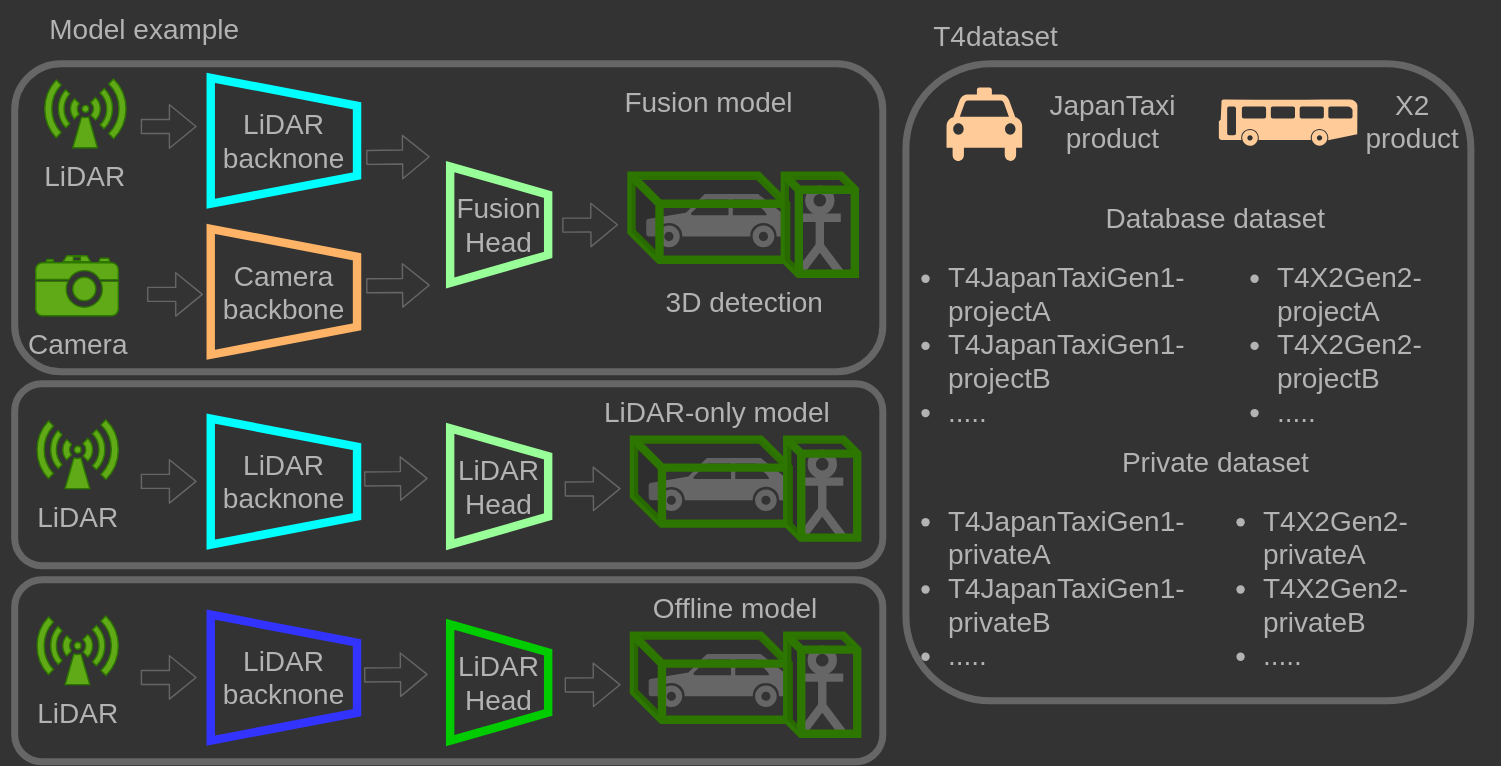
This is docs/fig/model_type_1.drawio.svg from tier4/AWML, a draw.io export, as it was before one commit. Source tidied: cells renumbered, new cells last; positions are measured from the earlier drawing's top-left corner, leaving out a move shared by most shapes.
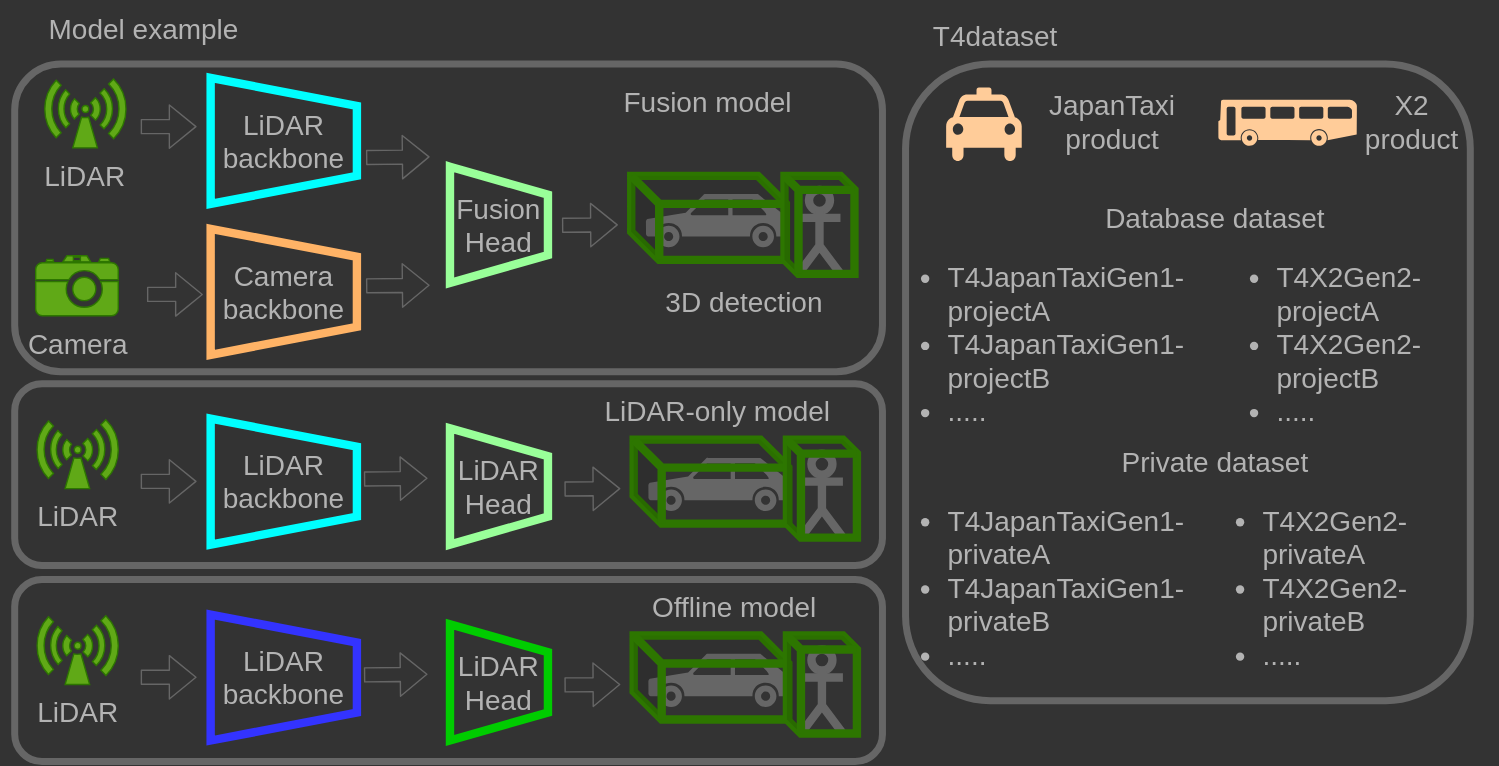
Later version of the same file.

What changed in the source:
```diff
@@ -38,7 +38,7 @@
     <mxCell id="13" value="&lt;font style=&quot;font-size: 20px;&quot;&gt;Camera&lt;br&gt;backbone&lt;/font&gt;" style="shape=trapezoid;perimeter=trapezoidPerimeter;whiteSpace=wrap;html=1;fixedSize=1;rotation=0;fillColor=none;fontColor=#B3B3B3;strokeColor=#FFB366;strokeWidth=6;direction=south;" parent="1" vertex="1">
       <mxGeometry x="150" y="162.8" width="104.5" height="90" as="geometry" />
     </mxCell>
-    <mxCell id="14" value="&lt;font style=&quot;font-size: 20px;&quot;&gt;LiDAR&lt;br&gt;backnone&lt;/font&gt;" style="shape=trapezoid;perimeter=trapezoidPerimeter;whiteSpace=wrap;html=1;fixedSize=1;rotation=0;fillColor=none;fontColor=#B3B3B3;strokeColor=#00FFFF;strokeWidth=6;direction=south;" parent="1" vertex="1">
+    <mxCell id="14" value="&lt;font style=&quot;font-size: 20px;&quot;&gt;LiDAR&lt;br&gt;backbone&lt;/font&gt;" style="shape=trapezoid;perimeter=trapezoidPerimeter;whiteSpace=wrap;html=1;fixedSize=1;rotation=0;fillColor=none;fontColor=#B3B3B3;strokeColor=#00FFFF;strokeWidth=6;direction=south;" parent="1" vertex="1">
       <mxGeometry x="150" y="55" width="104.5" height="90" as="geometry" />
     </mxCell>
     <mxCell id="15" style="shape=flexArrow;endArrow=classic;html=1;fontSize=20;fontColor=#B3B3B3;strokeColor=#666666;" parent="1" edge="1">
@@ -101,7 +101,7 @@
     <mxCell id="29" value="&lt;font style=&quot;font-size: 20px&quot;&gt;LiDAR&lt;br&gt;&lt;/font&gt;" style="text;html=1;align=center;verticalAlign=middle;fontColor=#B3B3B3;" parent="1" vertex="1">
       <mxGeometry x="14.5" y="348.4" width="80" height="40" as="geometry" />
     </mxCell>
-    <mxCell id="30" value="&lt;font style=&quot;font-size: 20px;&quot;&gt;LiDAR&lt;br&gt;backnone&lt;/font&gt;" style="shape=trapezoid;perimeter=trapezoidPerimeter;whiteSpace=wrap;html=1;fixedSize=1;rotation=0;fillColor=none;fontColor=#B3B3B3;strokeColor=#00FFFF;strokeWidth=6;direction=south;" parent="1" vertex="1">
+    <mxCell id="30" value="&lt;font style=&quot;font-size: 20px;&quot;&gt;LiDAR&lt;br&gt;backbone&lt;/font&gt;" style="shape=trapezoid;perimeter=trapezoidPerimeter;whiteSpace=wrap;html=1;fixedSize=1;rotation=0;fillColor=none;fontColor=#B3B3B3;strokeColor=#00FFFF;strokeWidth=6;direction=south;" parent="1" vertex="1">
       <mxGeometry x="150" y="298.4" width="104.5" height="90" as="geometry" />
     </mxCell>
     <mxCell id="31" style="shape=flexArrow;endArrow=classic;html=1;fontSize=20;fontColor=#B3B3B3;strokeColor=#666666;" parent="1" edge="1">
@@ -149,7 +149,7 @@
     <mxCell id="42" value="&lt;font style=&quot;font-size: 20px&quot;&gt;LiDAR&lt;br&gt;&lt;/font&gt;" style="text;html=1;align=center;verticalAlign=middle;fontColor=#B3B3B3;" parent="1" vertex="1">
       <mxGeometry x="14.5" y="488.4" width="80" height="40" as="geometry" />
     </mxCell>
-    <mxCell id="43" value="&lt;font style=&quot;font-size: 20px;&quot;&gt;LiDAR&lt;br&gt;backnone&lt;/font&gt;" style="shape=trapezoid;perimeter=trapezoidPerimeter;whiteSpace=wrap;html=1;fixedSize=1;rotation=0;fillColor=none;fontColor=#B3B3B3;strokeColor=#3333FF;strokeWidth=6;direction=south;" parent="1" vertex="1">
+    <mxCell id="43" value="&lt;font style=&quot;font-size: 20px;&quot;&gt;LiDAR&lt;br&gt;backbone&lt;/font&gt;" style="shape=trapezoid;perimeter=trapezoidPerimeter;whiteSpace=wrap;html=1;fixedSize=1;rotation=0;fillColor=none;fontColor=#B3B3B3;strokeColor=#3333FF;strokeWidth=6;direction=south;" parent="1" vertex="1">
       <mxGeometry x="150" y="438.4" width="104.5" height="90" as="geometry" />
     </mxCell>
     <mxCell id="44" style="shape=flexArrow;endArrow=classic;html=1;fontSize=20;fontColor=#B3B3B3;strokeColor=#666666;" parent="1" edge="1">
```
